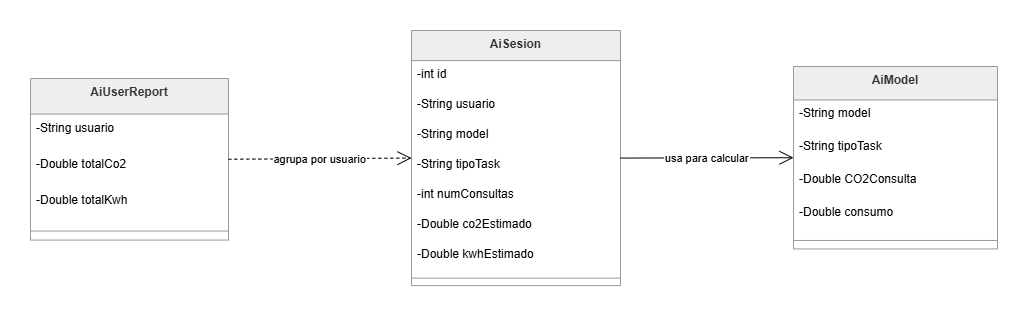
Before: docs/diagramas/01-dominio.png, a diagram exported from draw.io (lucia-M-G/practica-springboot). Source tidied: cells renumbered, new cells last; positions are measured from the earlier drawing's top-left corner, leaving out a move shared by most shapes. Its diagram source:
```xml
<mxGraphModel>
  <root>
    <mxCell id="0" />
    <mxCell id="1" parent="0" />
    <mxCell id="2" value="AiModel" style="swimlane;fontStyle=1;align=center;verticalAlign=top;horizontal=1;startSize=33.45454545454545;fillColor=light-dark(#eeeeee,#1f2020);strokeColor=light-dark(#999999,#cccccc);fontColor=light-dark(#333333,#cccccc);" parent="1" vertex="1">
      <mxGeometry x="763" y="36" width="204" height="182.5" as="geometry" />
    </mxCell>
    <mxCell id="3" value="-String model" style="text;strokeColor=none;fillColor=none;align=left;verticalAlign=top;spacingLeft=4;spacingRight=4;overflow=hidden;" parent="2" vertex="1">
      <mxGeometry y="33.5" width="204" height="33" as="geometry" />
    </mxCell>
    <mxCell id="4" value="-String tipoTask" style="text;strokeColor=none;fillColor=none;align=left;verticalAlign=top;spacingLeft=4;spacingRight=4;overflow=hidden;" parent="2" vertex="1">
      <mxGeometry y="66.5" width="204" height="33" as="geometry" />
    </mxCell>
    <mxCell id="5" value="-Double CO2Consulta" style="text;strokeColor=none;fillColor=none;align=left;verticalAlign=top;spacingLeft=4;spacingRight=4;overflow=hidden;" parent="2" vertex="1">
      <mxGeometry y="99.5" width="204" height="33" as="geometry" />
    </mxCell>
    <mxCell id="6" value="-Double consumo" style="text;strokeColor=none;fillColor=none;align=left;verticalAlign=top;spacingLeft=4;spacingRight=4;overflow=hidden;" parent="2" vertex="1">
      <mxGeometry y="132.5" width="204" height="33" as="geometry" />
    </mxCell>
    <mxCell id="7" style="line;strokeWidth=1;fillColor=none;align=left;verticalAlign=middle;spacingTop=-1;spacingLeft=3;spacingRight=3;labelPosition=right;strokeColor=inherit;" parent="2" vertex="1">
      <mxGeometry y="165.5" width="204" height="17" as="geometry" />
    </mxCell>
    <mxCell id="8" value="AiSesion" style="swimlane;fontStyle=1;align=center;verticalAlign=top;horizontal=1;startSize=30.11764705882353;fillColor=light-dark(#eeeeee,#1f2020);strokeColor=light-dark(#999999,#cccccc);fontColor=light-dark(#333333,#cccccc);" parent="1" vertex="1">
      <mxGeometry x="381" width="209" height="255.1" as="geometry" />
    </mxCell>
    <mxCell id="9" value="-int id" style="text;strokeColor=none;fillColor=none;align=left;verticalAlign=top;spacingLeft=4;spacingRight=4;overflow=hidden;" parent="8" vertex="1">
      <mxGeometry y="30.1" width="209" height="30" as="geometry" />
    </mxCell>
    <mxCell id="10" value="-String usuario" style="text;strokeColor=none;fillColor=none;align=left;verticalAlign=top;spacingLeft=4;spacingRight=4;overflow=hidden;" parent="8" vertex="1">
      <mxGeometry y="60.1" width="209" height="30" as="geometry" />
    </mxCell>
    <mxCell id="11" value="-String model" style="text;strokeColor=none;fillColor=none;align=left;verticalAlign=top;spacingLeft=4;spacingRight=4;overflow=hidden;" parent="8" vertex="1">
      <mxGeometry y="90.1" width="209" height="30" as="geometry" />
    </mxCell>
    <mxCell id="12" value="-String tipoTask" style="text;strokeColor=none;fillColor=none;align=left;verticalAlign=top;spacingLeft=4;spacingRight=4;overflow=hidden;" parent="8" vertex="1">
      <mxGeometry y="120.1" width="209" height="30" as="geometry" />
    </mxCell>
    <mxCell id="13" value="-int numConsultas" style="text;strokeColor=none;fillColor=none;align=left;verticalAlign=top;spacingLeft=4;spacingRight=4;overflow=hidden;" parent="8" vertex="1">
      <mxGeometry y="150.1" width="209" height="30" as="geometry" />
    </mxCell>
    <mxCell id="14" value="-Double co2Estimado" style="text;strokeColor=none;fillColor=none;align=left;verticalAlign=top;spacingLeft=4;spacingRight=4;overflow=hidden;" parent="8" vertex="1">
      <mxGeometry y="180.1" width="209" height="30" as="geometry" />
    </mxCell>
    <mxCell id="15" value="-Double kwhEstimado" style="text;strokeColor=none;fillColor=none;align=left;verticalAlign=top;spacingLeft=4;spacingRight=4;overflow=hidden;" parent="8" vertex="1">
      <mxGeometry y="210.1" width="209" height="30" as="geometry" />
    </mxCell>
    <mxCell id="16" style="line;strokeWidth=1;fillColor=none;align=left;verticalAlign=middle;spacingTop=-1;spacingLeft=3;spacingRight=3;labelPosition=right;strokeColor=inherit;" parent="8" vertex="1">
      <mxGeometry y="240.1" width="209" height="15" as="geometry" />
    </mxCell>
    <mxCell id="17" value="AiUserReport" style="swimlane;fontStyle=1;align=center;verticalAlign=top;horizontal=1;startSize=35.55555555555556;fillColor=light-dark(#eeeeee,#1f2020);strokeColor=light-dark(#999999,#cccccc);fontColor=light-dark(#333333,#cccccc);" parent="1" vertex="1">
      <mxGeometry y="48" width="198" height="161.6" as="geometry" />
    </mxCell>
    <mxCell id="18" value="-String usuario" style="text;strokeColor=none;fillColor=none;align=left;verticalAlign=top;spacingLeft=4;spacingRight=4;overflow=hidden;" parent="17" vertex="1">
      <mxGeometry y="35.6" width="198" height="36" as="geometry" />
    </mxCell>
    <mxCell id="19" value="-Double totalCo2" style="text;strokeColor=none;fillColor=none;align=left;verticalAlign=top;spacingLeft=4;spacingRight=4;overflow=hidden;" parent="17" vertex="1">
      <mxGeometry y="71.6" width="198" height="36" as="geometry" />
    </mxCell>
    <mxCell id="20" value="-Double totalKwh" style="text;strokeColor=none;fillColor=none;align=left;verticalAlign=top;spacingLeft=4;spacingRight=4;overflow=hidden;" parent="17" vertex="1">
      <mxGeometry y="107.6" width="198" height="36" as="geometry" />
    </mxCell>
    <mxCell id="21" style="line;strokeWidth=1;fillColor=none;align=left;verticalAlign=middle;spacingTop=-1;spacingLeft=3;spacingRight=3;labelPosition=right;strokeColor=inherit;" parent="17" vertex="1">
      <mxGeometry y="143.6" width="198" height="18" as="geometry" />
    </mxCell>
    <mxCell id="22" value="usa para calcular" style="curved=1;startArrow=none;endArrow=open;endSize=12;exitX=1;exitY=0.5;entryX=0;entryY=0.5;rounded=0;" parent="1" edge="1" source="8" target="2">
      <mxGeometry relative="1" as="geometry" />
    </mxCell>
    <mxCell id="23" value="agrupa por usuario" style="curved=1;dashed=1;startArrow=none;endArrow=open;endSize=12;exitX=1;exitY=0.5;entryX=0;entryY=0.5;rounded=0;" parent="1" edge="1" source="17" target="8">
      <mxGeometry relative="1" as="geometry" />
    </mxCell>
  </root>
</mxGraphModel>
```
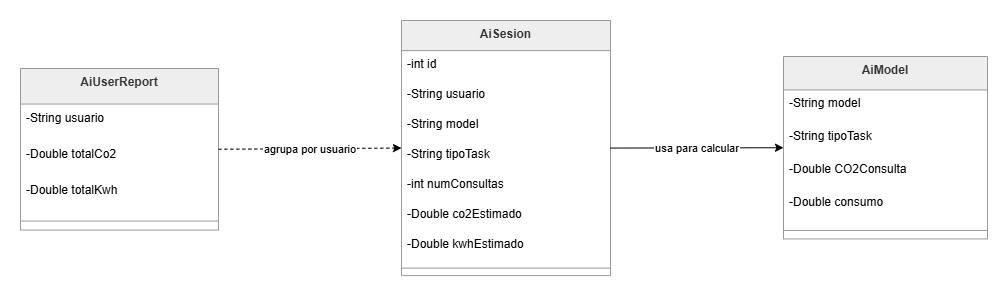
Later version of the same file.

Diff of the diagram source:
```diff
@@ -62,10 +62,10 @@
     <mxCell id="21" style="line;strokeWidth=1;fillColor=none;align=left;verticalAlign=middle;spacingTop=-1;spacingLeft=3;spacingRight=3;labelPosition=right;strokeColor=inherit;" parent="17" vertex="1">
       <mxGeometry y="143.6" width="198" height="18" as="geometry" />
     </mxCell>
-    <mxCell id="22" value="usa para calcular" style="curved=1;startArrow=none;endArrow=open;endSize=12;exitX=1;exitY=0.5;entryX=0;entryY=0.5;rounded=0;" parent="1" edge="1" source="8" target="2">
+    <mxCell id="22" value="usa para calcular" style="curved=1;startArrow=none;endArrow=classic;endSize=6;exitX=1;exitY=0.5;entryX=0;entryY=0.5;rounded=0;endFill=1;" parent="1" edge="1" source="8" target="2">
       <mxGeometry relative="1" as="geometry" />
     </mxCell>
-    <mxCell id="23" value="agrupa por usuario" style="curved=1;dashed=1;startArrow=none;endArrow=open;endSize=12;exitX=1;exitY=0.5;entryX=0;entryY=0.5;rounded=0;" parent="1" edge="1" source="17" target="8">
+    <mxCell id="23" value="agrupa por usuario" style="curved=1;dashed=1;startArrow=none;endArrow=classic;endSize=6;exitX=1;exitY=0.5;entryX=0;entryY=0.5;rounded=0;endFill=1;" parent="1" edge="1" source="17" target="8">
       <mxGeometry relative="1" as="geometry" />
     </mxCell>
   </root>
```
